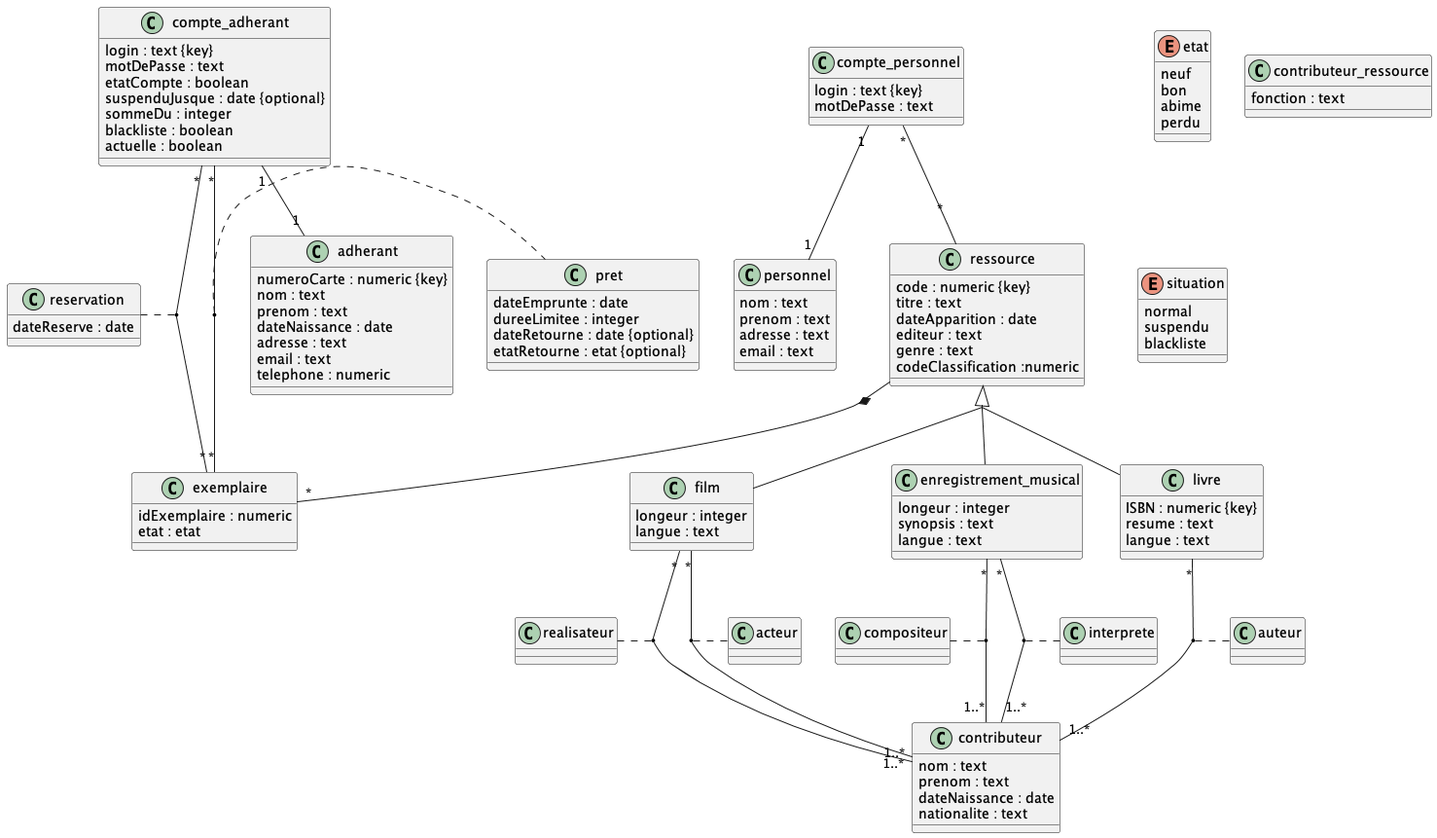
Ocean2356/Library-Management-System keeps this PlantUML diagram as Rendu 1/MCD Biblio.png. Above is the earlier version.
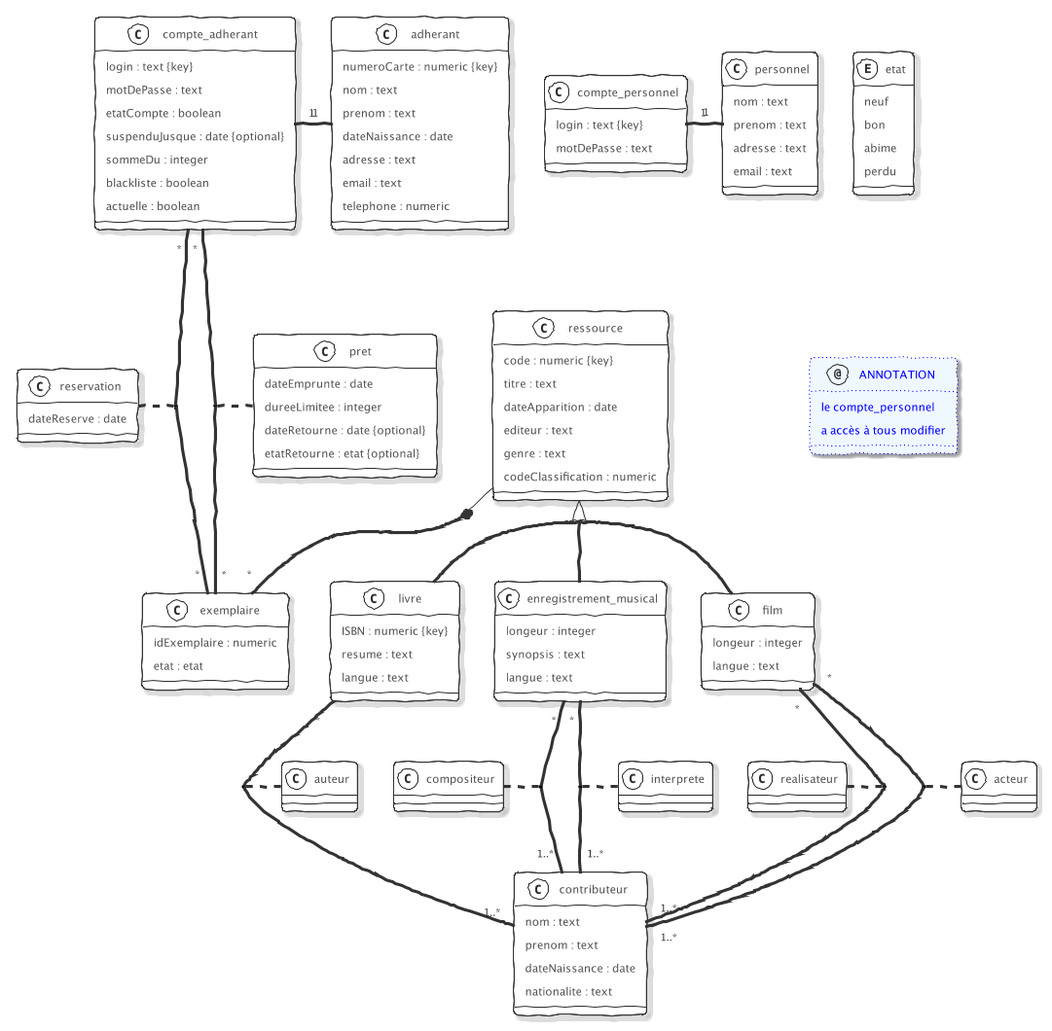
After the commit.

Commit message:
mise en page

The edit, as a diff of the source:
```diff
@@ -1,13 +1,16 @@
 @startuml MCD Biblio
-abstract class ressource
-class livre
-class film
-class enregistrement_musical
+!theme sketchy-outline
+skinparam Shadowing true
+annotation ANNOTATION #aliceblue;line:blue;line.dotted;text:blue
+{
+    le compte_personnel
+    a accès à tous modifier
+}
+etat -[hidden]- ANNOTATION
 
+class ressource
 class exemplaire
 enum etat
-class contributeur
-class contributeur_ressource
 
 class compte_personnel
 class personnel
@@ -17,35 +20,40 @@
 class pret
 class reservation
 
-
+together {
+class livre
+class film
+class enregistrement_musical
+}
+class auteur
+class realisateur
+class acteur
+class compositeur
+class interprete
 
 skinparam groupInheritance 2
 ressource <|-- livre
 ressource <|-- film
 ressource <|-- enregistrement_musical
 
-
-
+skinparam activity {
+    ArrowFontSize 10
+}
 livre "*" -- "1..*" contributeur
 (livre, contributeur) . auteur
-enregistrement_musical "*" -- "1..*" contributeur
+enregistrement_musical "*" - "1..*" contributeur
 (enregistrement_musical, contributeur) . compositeur
-enregistrement_musical "*" -- "1..*" contributeur
+enregistrement_musical "*" - "1..*" contributeur
 (enregistrement_musical, contributeur) . interprete
-film "*" -- "1..*" contributeur
+film "*" - "1..*" contributeur
 (film, contributeur) . realisateur
-film "*" -- "1..*" contributeur
+film "*" - "1..*" contributeur
 (film, contributeur) . acteur
-
-
-
-
 
 ressource *-- "*" exemplaire
 
-compte_personnel "1" -- "1" personnel
-compte_personnel "*" -- "*" ressource
-compte_adherant "1" -- "1" adherant
+compte_personnel "1" - "1" personnel
+compte_adherant "1" - "1" adherant
 compte_adherant "*" -- "*" exemplaire
 (compte_adherant, exemplaire) . reservation
 compte_adherant "*" -- "*" exemplaire
@@ -58,20 +66,13 @@
     perdu
 }
 
-enum situation{
-    normal
-    suspendu
-    blackliste
-
-}
-
 class ressource{
     code : numeric {key}
     titre : text
     dateApparition : date
     editeur : text
     genre : text
-    codeClassification :numeric
+    codeClassification : numeric
 }
 
 class contributeur{
@@ -115,10 +116,6 @@
     motDePasse : text
 }
 
-class contributeur_ressource{
-    fonction : text
-}
-
 class adherant{
     numeroCarte : numeric {key}
     nom : text
```
